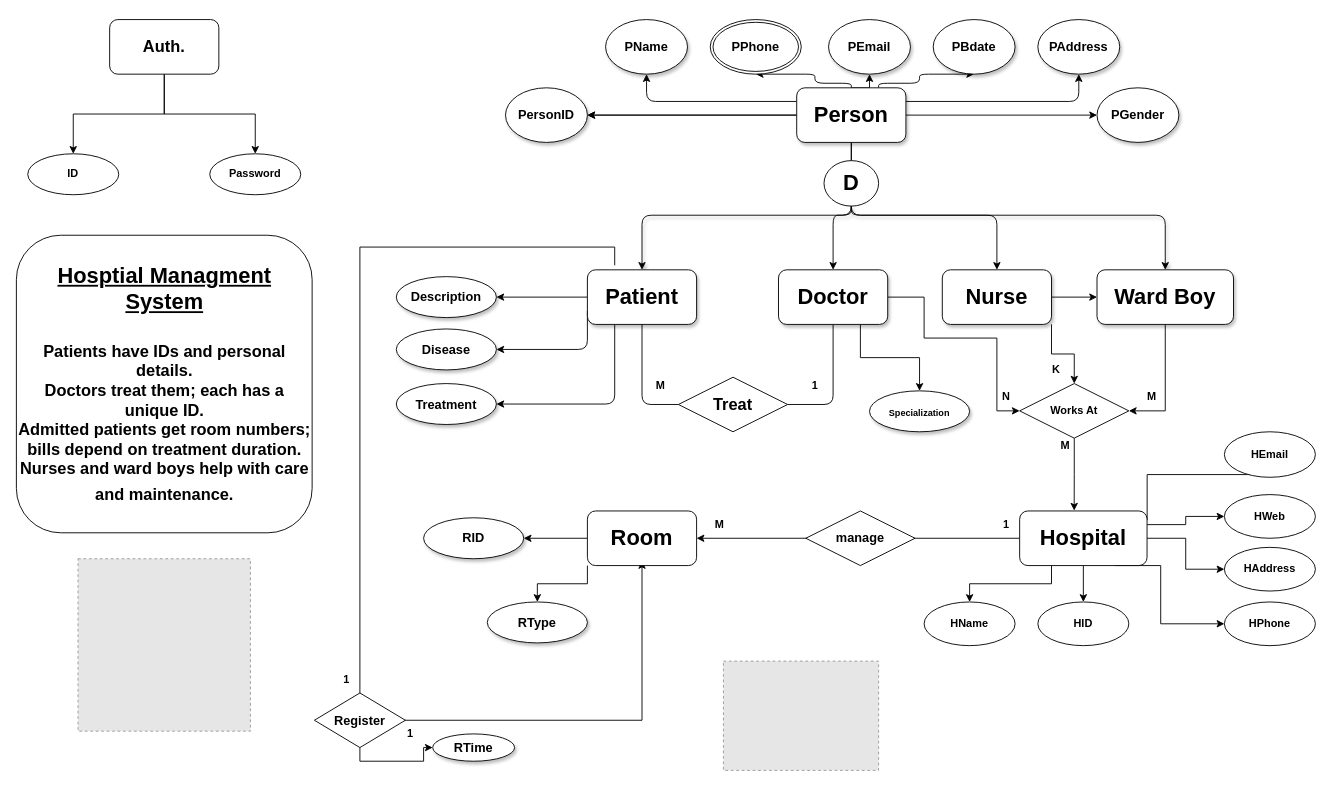
Earlier version of the draw.io diagram Hosptial System.drawio (MahmoudEssam707/Hosptial-Database-System). Source tidied: cells renumbered, new cells numbered last; positions are measured from the earlier drawing's top-left corner, leaving out a move shared by most shapes. Both pictures are drawn from the tidied source at 91%, with x=0, y=0 at pixel (15, 19). Pictures stored in the file or linked from it are replaced by grey dashed boxes.
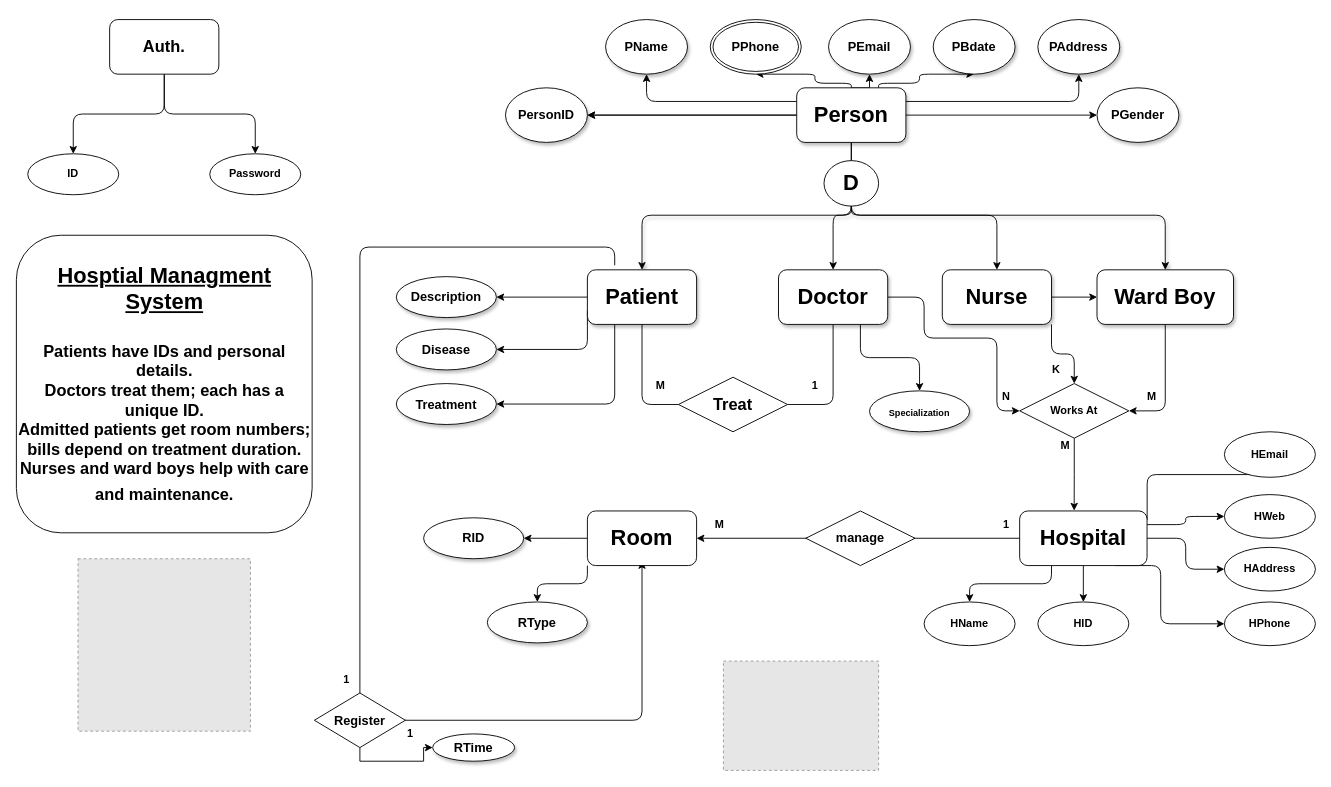
The same page after the edit.

The change refers to these unchanged cells:
```xml
<mxCell id="16" value="&lt;h1&gt;&lt;font face=&quot;source code pro&quot;&gt;Ward Boy&lt;/font&gt;&lt;/h1&gt;" style="whiteSpace=wrap;html=1;fontFamily=Verdana;rounded=1;labelBorderColor=none;shadow=1;" parent="1" vertex="1">
  <mxGeometry x="1188" y="275" width="150" height="60" as="geometry" />
</mxCell>
<mxCell id="25" value="&lt;h1&gt;&lt;font face=&quot;source code pro&quot;&gt;Doctor&lt;/font&gt;&lt;/h1&gt;" style="rounded=1;whiteSpace=wrap;html=1;fontFamily=Verdana;labelBorderColor=none;shadow=1;" parent="1" vertex="1">
  <mxGeometry x="838" y="275" width="120" height="60" as="geometry" />
</mxCell>
<mxCell id="28" value="&lt;h1&gt;&lt;font face=&quot;source code pro&quot;&gt;Nurse&lt;/font&gt;&lt;/h1&gt;" style="whiteSpace=wrap;html=1;fontFamily=Verdana;rounded=1;labelBorderColor=none;shadow=1;" parent="1" vertex="1">
  <mxGeometry x="1018" y="275" width="120" height="60" as="geometry" />
</mxCell>
<mxCell id="31" value="&lt;h1&gt;&lt;b&gt;&lt;font face=&quot;source code pro&quot;&gt;Room&lt;/font&gt;&lt;/b&gt;&lt;/h1&gt;" style="rounded=1;whiteSpace=wrap;html=1;labelBorderColor=none;" parent="1" vertex="1">
  <mxGeometry x="628" y="540" width="120" height="60" as="geometry" />
</mxCell>
<mxCell id="39" value="&lt;h1&gt;&lt;b&gt;&lt;font face=&quot;source code pro&quot;&gt;Hospital&lt;/font&gt;&lt;/b&gt;&lt;/h1&gt;" style="rounded=1;whiteSpace=wrap;html=1;labelBorderColor=none;" parent="1" vertex="1">
  <mxGeometry x="1103" y="540" width="140" height="60" as="geometry" />
</mxCell>
<mxCell id="58" value="&lt;b&gt;HPhone&lt;/b&gt;" style="ellipse;whiteSpace=wrap;html=1;rounded=1;labelBorderColor=none;" parent="1" vertex="1">
  <mxGeometry x="1328" y="640" width="100" height="48" as="geometry" />
</mxCell>
<mxCell id="59" value="&lt;b&gt;HWeb&lt;/b&gt;" style="ellipse;whiteSpace=wrap;html=1;rounded=1;labelBorderColor=none;" parent="1" vertex="1">
  <mxGeometry x="1328" y="522" width="100" height="48" as="geometry" />
</mxCell>
<mxCell id="60" value="&lt;b&gt;HAddress&lt;/b&gt;" style="ellipse;whiteSpace=wrap;html=1;rounded=1;labelBorderColor=none;" parent="1" vertex="1">
  <mxGeometry x="1328" y="580" width="100" height="48" as="geometry" />
</mxCell>
<mxCell id="61" value="&lt;b&gt;HName&lt;/b&gt;" style="ellipse;whiteSpace=wrap;html=1;rounded=1;labelBorderColor=none;" parent="1" vertex="1">
  <mxGeometry x="998" y="640" width="100" height="48" as="geometry" />
</mxCell>
<mxCell id="62" value="HEmail" style="ellipse;whiteSpace=wrap;html=1;rounded=1;labelBorderColor=none;fontStyle=1;" parent="1" vertex="1">
  <mxGeometry x="1328" y="453" width="100" height="50" as="geometry" />
</mxCell>
<mxCell id="65" value="&lt;font face=&quot;source code pro&quot;&gt;&lt;b&gt;Works At&lt;/b&gt;&lt;/font&gt;" style="shape=rhombus;perimeter=rhombusPerimeter;whiteSpace=wrap;html=1;align=center;" parent="1" vertex="1">
  <mxGeometry x="1103" y="400" width="120" height="60" as="geometry" />
</mxCell>
<mxCell id="70" value="&lt;h3&gt;&lt;font style=&quot;font-size: 10px;&quot; face=&quot;source code pro&quot;&gt;Specialization&lt;/font&gt;&lt;/h3&gt;" style="ellipse;whiteSpace=wrap;html=1;fontFamily=Verdana;rounded=1;labelBorderColor=none;shadow=1;" parent="1" vertex="1">
  <mxGeometry x="938" y="408" width="110" height="45" as="geometry" />
</mxCell>
<mxCell id="72" value="&lt;h3&gt;&lt;font face=&quot;source code pro&quot;&gt;RType&lt;/font&gt;&lt;/h3&gt;" style="ellipse;whiteSpace=wrap;html=1;fontFamily=Verdana;rounded=1;labelBorderColor=none;shadow=1;" parent="1" vertex="1">
  <mxGeometry x="518" y="640" width="110" height="45" as="geometry" />
</mxCell>
<mxCell id="80" value="&lt;b&gt;&lt;font style=&quot;font-size: 18px;&quot; face=&quot;source code pro&quot;&gt;Auth.&lt;/font&gt;&lt;/b&gt;" style="rounded=1;whiteSpace=wrap;html=1;" parent="1" vertex="1">
  <mxGeometry x="103" width="120" height="60" as="geometry" />
</mxCell>
<mxCell id="81" value="&lt;b&gt;ID&lt;/b&gt;" style="ellipse;whiteSpace=wrap;html=1;rounded=1;" parent="1" vertex="1">
  <mxGeometry x="13" y="147.5" width="100" height="45" as="geometry" />
</mxCell>
<mxCell id="82" value="&lt;b&gt;Password&lt;/b&gt;" style="ellipse;whiteSpace=wrap;html=1;rounded=1;" parent="1" vertex="1">
  <mxGeometry x="213" y="147.5" width="100" height="45" as="geometry" />
</mxCell>
```

The edit, as a diff of the source:
```diff
@@
-    <mxCell id="15" style="edgeStyle=orthogonalEdgeStyle;rounded=0;jettySize=auto;html=1;exitX=0.5;exitY=1;exitDx=0;exitDy=0;entryX=1;entryY=0.5;entryDx=0;entryDy=0;" parent="1" edge="1" source="16" target="65">
+    <mxCell id="15" style="edgeStyle=orthogonalEdgeStyle;rounded=1;jettySize=auto;html=1;exitX=0.5;exitY=1;exitDx=0;exitDy=0;entryX=1;entryY=0.5;entryDx=0;entryDy=0;" parent="1" edge="1" source="16" target="65">
       <mxGeometry relative="1" as="geometry" />
     </mxCell>
@@
-    <mxCell id="20" style="edgeStyle=orthogonalEdgeStyle;rounded=0;orthogonalLoop=1;jettySize=auto;html=1;exitX=0.25;exitY=0;exitDx=0;exitDy=0;entryX=0.5;entryY=1;entryDx=0;entryDy=0;" parent="1" edge="1">
+    <mxCell id="20" style="edgeStyle=orthogonalEdgeStyle;rounded=1;orthogonalLoop=1;jettySize=auto;html=1;exitX=0.25;exitY=0;exitDx=0;exitDy=0;entryX=0.5;entryY=1;entryDx=0;entryDy=0;" parent="1" edge="1">
       <mxGeometry relative="1" as="geometry">
         <mxPoint x="658" y="270" as="sourcePoint" />
         <mxPoint x="688" y="595" as="targetPoint" />
         <Array as="points">
           <mxPoint x="658" y="250" />
           <mxPoint x="378" y="250" />
           <mxPoint x="378" y="770" />
           <mxPoint x="688" y="770" />
         </Array>
       </mxGeometry>
     </mxCell>
@@
-    <mxCell id="23" style="edgeStyle=orthogonalEdgeStyle;rounded=0;jettySize=auto;html=1;exitX=1;exitY=0.5;exitDx=0;exitDy=0;entryX=0;entryY=0.5;entryDx=0;entryDy=0;" parent="1" edge="1" source="25" target="65">
+    <mxCell id="23" style="edgeStyle=orthogonalEdgeStyle;rounded=1;jettySize=auto;html=1;exitX=1;exitY=0.5;exitDx=0;exitDy=0;entryX=0;entryY=0.5;entryDx=0;entryDy=0;" parent="1" edge="1" source="25" target="65">
       <mxGeometry relative="1" as="geometry">
         <Array as="points">
           <mxPoint x="998" y="305" />
           <mxPoint x="998" y="350" />
           <mxPoint x="1078" y="350" />
           <mxPoint x="1078" y="430" />
         </Array>
       </mxGeometry>
     </mxCell>
-    <mxCell id="24" style="edgeStyle=orthogonalEdgeStyle;rounded=0;jettySize=auto;html=1;exitX=0.75;exitY=1;exitDx=0;exitDy=0;" parent="1" edge="1" source="25" target="70">
+    <mxCell id="24" style="edgeStyle=orthogonalEdgeStyle;rounded=1;jettySize=auto;html=1;exitX=0.75;exitY=1;exitDx=0;exitDy=0;" parent="1" edge="1" source="25" target="70">
       <mxGeometry relative="1" as="geometry" />
     </mxCell>
@@
-    <mxCell id="26" style="edgeStyle=orthogonalEdgeStyle;rounded=0;jettySize=auto;html=1;exitX=1;exitY=1;exitDx=0;exitDy=0;" parent="1" edge="1" source="28" target="65">
+    <mxCell id="26" style="edgeStyle=orthogonalEdgeStyle;rounded=1;jettySize=auto;html=1;exitX=1;exitY=1;exitDx=0;exitDy=0;" parent="1" edge="1" source="28" target="65">
       <mxGeometry relative="1" as="geometry" />
     </mxCell>
@@
-    <mxCell id="29" style="edgeStyle=orthogonalEdgeStyle;rounded=0;jettySize=auto;html=1;exitX=0;exitY=0.5;exitDx=0;exitDy=0;" parent="1" edge="1" source="31">
+    <mxCell id="29" style="edgeStyle=orthogonalEdgeStyle;rounded=1;jettySize=auto;html=1;exitX=0;exitY=0.5;exitDx=0;exitDy=0;" parent="1" edge="1" source="31">
       <mxGeometry relative="1" as="geometry">
         <mxPoint x="558" y="570" as="targetPoint" />
       </mxGeometry>
     </mxCell>
-    <mxCell id="30" style="edgeStyle=orthogonalEdgeStyle;rounded=0;jettySize=auto;html=1;exitX=0;exitY=1;exitDx=0;exitDy=0;entryX=0.5;entryY=0;entryDx=0;entryDy=0;" parent="1" edge="1" source="31" target="72">
+    <mxCell id="30" style="edgeStyle=orthogonalEdgeStyle;rounded=1;jettySize=auto;html=1;exitX=0;exitY=1;exitDx=0;exitDy=0;entryX=0.5;entryY=0;entryDx=0;entryDy=0;" parent="1" edge="1" source="31" target="72">
       <mxGeometry relative="1" as="geometry" />
     </mxCell>
@@
-    <mxCell id="34" style="edgeStyle=orthogonalEdgeStyle;rounded=0;jettySize=auto;html=1;exitX=1;exitY=0.5;exitDx=0;exitDy=0;entryX=0;entryY=0.5;entryDx=0;entryDy=0;" parent="1" edge="1" source="39" target="60">
+    <mxCell id="34" style="edgeStyle=orthogonalEdgeStyle;rounded=1;jettySize=auto;html=1;exitX=1;exitY=0.5;exitDx=0;exitDy=0;entryX=0;entryY=0.5;entryDx=0;entryDy=0;" parent="1" edge="1" source="39" target="60">
       <mxGeometry relative="1" as="geometry" />
     </mxCell>
-    <mxCell id="35" style="edgeStyle=orthogonalEdgeStyle;rounded=0;jettySize=auto;html=1;exitX=0.75;exitY=1;exitDx=0;exitDy=0;entryX=0;entryY=0.5;entryDx=0;entryDy=0;" parent="1" edge="1" source="39" target="58">
+    <mxCell id="35" style="edgeStyle=orthogonalEdgeStyle;rounded=1;jettySize=auto;html=1;exitX=0.75;exitY=1;exitDx=0;exitDy=0;entryX=0;entryY=0.5;entryDx=0;entryDy=0;" parent="1" edge="1" source="39" target="58">
       <mxGeometry relative="1" as="geometry">
         <Array as="points">
           <mxPoint x="1258" y="600" />
           <mxPoint x="1258" y="664" />
         </Array>
       </mxGeometry>
     </mxCell>
-    <mxCell id="36" style="edgeStyle=orthogonalEdgeStyle;rounded=0;jettySize=auto;html=1;exitX=1;exitY=0.25;exitDx=0;exitDy=0;entryX=0;entryY=0.5;entryDx=0;entryDy=0;" parent="1" edge="1" source="39" target="59">
+    <mxCell id="36" style="edgeStyle=orthogonalEdgeStyle;rounded=1;jettySize=auto;html=1;exitX=1;exitY=0.25;exitDx=0;exitDy=0;entryX=0;entryY=0.5;entryDx=0;entryDy=0;" parent="1" edge="1" source="39" target="59">
       <mxGeometry relative="1" as="geometry" />
     </mxCell>
-    <mxCell id="37" style="edgeStyle=orthogonalEdgeStyle;rounded=0;jettySize=auto;html=1;exitX=0.25;exitY=1;exitDx=0;exitDy=0;" parent="1" edge="1" source="39" target="61">
+    <mxCell id="37" style="edgeStyle=orthogonalEdgeStyle;rounded=1;jettySize=auto;html=1;exitX=0.25;exitY=1;exitDx=0;exitDy=0;" parent="1" edge="1" source="39" target="61">
       <mxGeometry relative="1" as="geometry" />
     </mxCell>
-    <mxCell id="38" style="edgeStyle=orthogonalEdgeStyle;rounded=0;jettySize=auto;html=1;exitX=1;exitY=0;exitDx=0;exitDy=0;entryX=0.5;entryY=1;entryDx=0;entryDy=0;" parent="1" edge="1" target="62">
+    <mxCell id="38" style="edgeStyle=orthogonalEdgeStyle;rounded=1;jettySize=auto;html=1;exitX=1;exitY=0;exitDx=0;exitDy=0;entryX=0.5;entryY=1;entryDx=0;entryDy=0;" parent="1" edge="1" target="62">
       <mxGeometry relative="1" as="geometry">
         <mxPoint x="1243.1" y="550" as="sourcePoint" />
         <Array as="points">
           <mxPoint x="1243" y="500" />
           <mxPoint x="1378" y="500" />
         </Array>
       </mxGeometry>
     </mxCell>
@@
-    <mxCell id="78" style="edgeStyle=orthogonalEdgeStyle;rounded=0;jettySize=auto;html=1;" parent="1" edge="1" source="80" target="81">
+    <mxCell id="78" style="edgeStyle=orthogonalEdgeStyle;rounded=1;jettySize=auto;html=1;" parent="1" edge="1" source="80" target="81">
       <mxGeometry relative="1" as="geometry" />
     </mxCell>
-    <mxCell id="79" style="edgeStyle=orthogonalEdgeStyle;rounded=0;jettySize=auto;html=1;exitX=0.5;exitY=1;exitDx=0;exitDy=0;" parent="1" edge="1" source="80" target="82">
+    <mxCell id="79" style="edgeStyle=orthogonalEdgeStyle;rounded=1;jettySize=auto;html=1;exitX=0.5;exitY=1;exitDx=0;exitDy=0;" parent="1" edge="1" source="80" target="82">
       <mxGeometry relative="1" as="geometry" />
     </mxCell>
```
